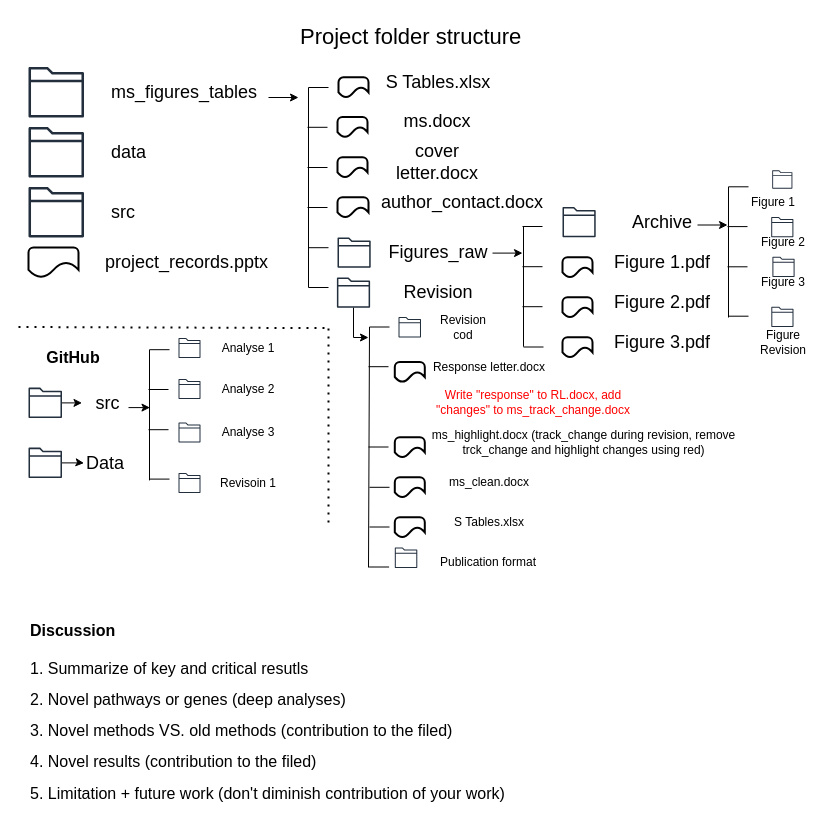
Earlier version of the draw.io diagram page "Page-1" (1 of 2) of Project_structure_LQ.drawio (liqingbioinfo/Presentations_Public). Source tidied: cells renumbered, new cells numbered last; positions are measured from the earlier drawing's top-left corner, leaving out a move shared by most shapes. Both pictures are drawn from the tidied source at 100%, with x=0, y=0 at pixel (18, 17).
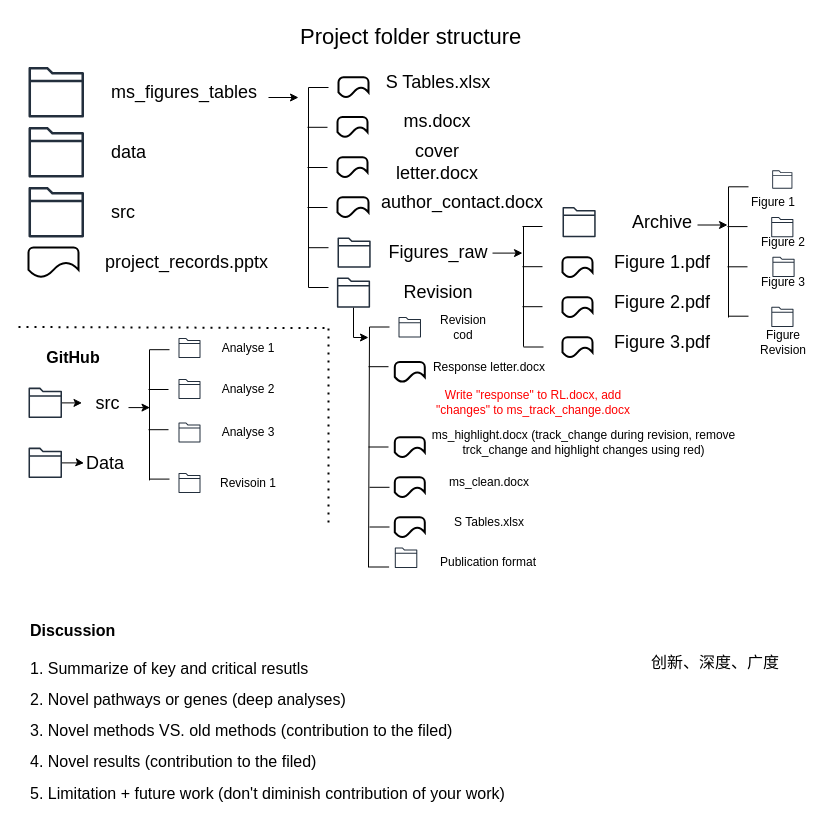
The same page after the edit.

Change to the diagram source:
```diff
@@
+    <mxCell id="105" value="&lt;font style=&quot;font-size: 16px;&quot;&gt;创新、深度、广度&lt;/font&gt;" style="text;html=1;whiteSpace=wrap;strokeColor=none;fillColor=none;align=center;verticalAlign=middle;rounded=0;" parent="1" vertex="1">
+      <mxGeometry x="614" y="630" width="166" height="30" as="geometry" />
+    </mxCell>
```
